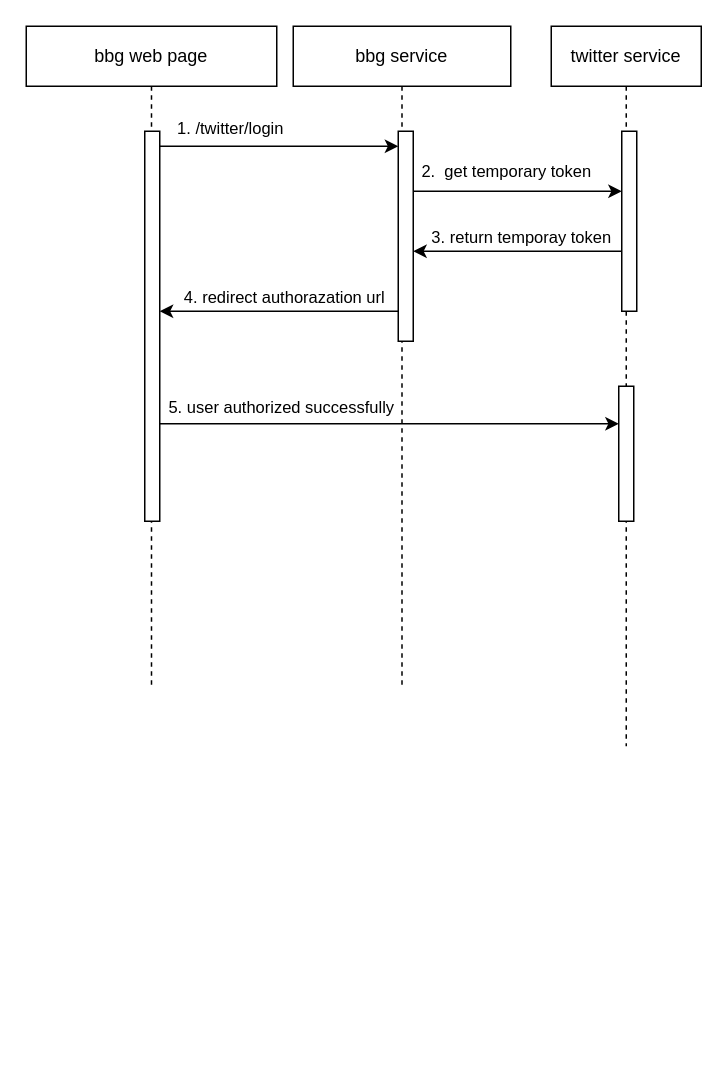
Before: uml/bbg- twitter-signup.drawio in wokoemp/chart-repo, a draw.io diagram. Source tidied: cells renumbered, new cells numbered last; positions are measured from the earlier drawing's top-left corner, leaving out a move shared by most shapes. Both pictures are drawn from the tidied source at 150%, with x=0, y=0 at pixel (26, 26).
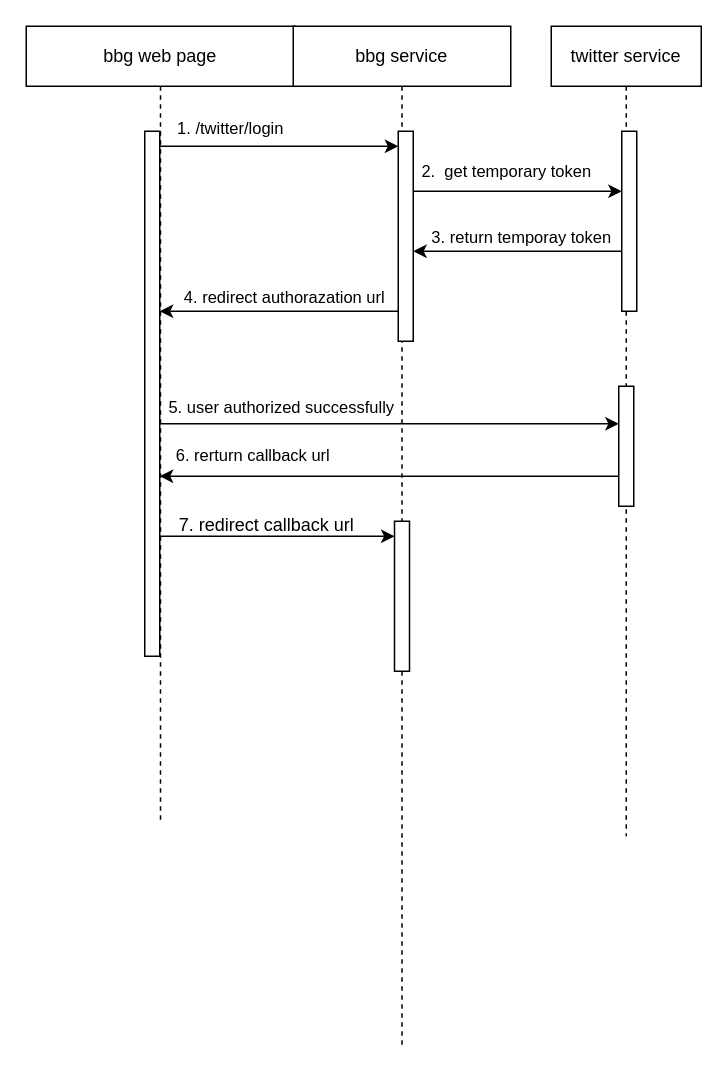
The same diagram, later.

Diff of the diagram source:
```diff
@@
     <mxCell id="2" value="bbg web page" style="shape=umlLifeline;perimeter=lifelinePerimeter;whiteSpace=wrap;html=1;newEdgeStyle={&quot;curved&quot;:0,&quot;rounded&quot;:0};" parent="1" vertex="1">
-      <mxGeometry width="167" height="440" as="geometry" />
+      <mxGeometry width="179" height="530" as="geometry" />
     </mxCell>
     <mxCell id="3" style="html=1;points=[[0,0,0,0,5],[0,1,0,0,-5],[1,0,0,0,5],[1,1,0,0,-5]];perimeter=orthogonalPerimeter;outlineConnect=0;targetShapes=umlLifeline;portConstraint=eastwest;newEdgeStyle={&quot;curved&quot;:0,&quot;rounded&quot;:0};" parent="2" vertex="1">
-      <mxGeometry x="79" y="70" width="10" height="260" as="geometry" />
+      <mxGeometry x="79" y="70" width="10" height="350" as="geometry" />
     </mxCell>
     <mxCell id="4" value="bbg service" style="shape=umlLifeline;perimeter=lifelinePerimeter;whiteSpace=wrap;html=1;newEdgeStyle={&quot;curved&quot;:0,&quot;rounded&quot;:0};" parent="1" vertex="1">
-      <mxGeometry x="178" width="145" height="440" as="geometry" />
+      <mxGeometry x="178" width="145" height="680" as="geometry" />
     </mxCell>
@@
+    <mxCell id="19" style="html=1;points=[[0,0,0,0,5],[0,1,0,0,-5],[1,0,0,0,5],[1,1,0,0,-5]];perimeter=orthogonalPerimeter;outlineConnect=0;targetShapes=umlLifeline;portConstraint=eastwest;newEdgeStyle={&quot;curved&quot;:0,&quot;rounded&quot;:0};" parent="4" vertex="1">
+      <mxGeometry x="67.5" y="330" width="10" height="100" as="geometry" />
+    </mxCell>
     <mxCell id="6" value="twitter service" style="shape=umlLifeline;perimeter=lifelinePerimeter;whiteSpace=wrap;html=1;newEdgeStyle={&quot;curved&quot;:0,&quot;rounded&quot;:0};" parent="1" vertex="1">
-      <mxGeometry x="350" width="100" height="480" as="geometry" />
+      <mxGeometry x="350" width="100" height="540" as="geometry" />
     </mxCell>
@@
     <mxCell id="8" style="html=1;points=[[0,0,0,0,5],[0,1,0,0,-5],[1,0,0,0,5],[1,1,0,0,-5]];perimeter=orthogonalPerimeter;outlineConnect=0;targetShapes=umlLifeline;portConstraint=eastwest;newEdgeStyle={&quot;curved&quot;:0,&quot;rounded&quot;:0};" parent="6" vertex="1">
-      <mxGeometry x="45" y="240" width="10" height="90" as="geometry" />
+      <mxGeometry x="45" y="240" width="10" height="80" as="geometry" />
     </mxCell>
@@
+    <mxCell id="20" style="edgeStyle=orthogonalEdgeStyle;rounded=0;jettySize=auto;html=1;curved=0;" parent="1" edge="1" source="8" target="3">
+      <mxGeometry relative="1" as="geometry">
+        <Array as="points">
+          <mxPoint x="250" y="300" />
+          <mxPoint x="250" y="300" />
+        </Array>
+      </mxGeometry>
+    </mxCell>
+    <mxCell id="21" value="6. rerturn callback url" style="edgeLabel;html=1;align=center;verticalAlign=middle;" parent="20" vertex="1">
+      <mxGeometry x="0.89" y="-4" relative="1" as="geometry">
+        <mxPoint x="44" y="-11" as="offset" />
+      </mxGeometry>
+    </mxCell>
+    <mxCell id="22" style="edgeStyle=orthogonalEdgeStyle;rounded=0;jettySize=auto;html=1;curved=0;" parent="1" edge="1" source="3" target="19">
+      <mxGeometry relative="1" as="geometry">
+        <Array as="points">
+          <mxPoint x="170" y="340" />
+          <mxPoint x="170" y="340" />
+        </Array>
+      </mxGeometry>
+    </mxCell>
+    <mxCell id="23" value="7. redirect callback url" style="text;html=1;align=center;verticalAlign=middle;strokeColor=none;fillColor=none;" parent="1" vertex="1">
+      <mxGeometry x="90" y="318" width="140" height="30" as="geometry" />
+    </mxCell>
```
